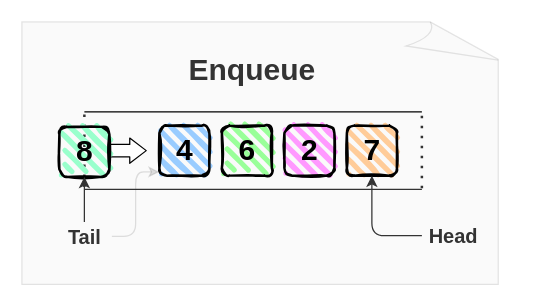
Before: page "Enqueue" (4 of 5) of content/posts/123-javascript-queue/diagrams/queue.drawio in panzerdp/dmitripavlutin.com, a draw.io diagram. Source tidied: cells renumbered, new cells numbered last; positions are measured from the earlier drawing's top-left corner, leaving out a move shared by most shapes. Both pictures are drawn from the tidied source at 125%, with x=0, y=0 at pixel (21, 21).
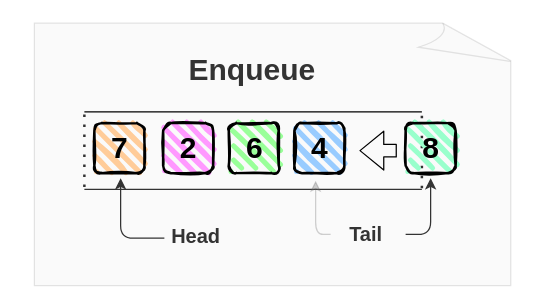
The same diagram, later.

The change refers to these unchanged cells:
```xml
<mxCell id="22" style="rounded=1;whiteSpace=wrap;html=1;strokeWidth=2;fillWeight=4;hachureGap=8;hachureAngle=45;sketch=1;fontSize=30;fontColor=#333333;fillColor=#99FFCC;" parent="21" vertex="1">
  <mxGeometry width="40" height="40" as="geometry" />
</mxCell>
```

Diff of the diagram source:
```diff
@@
     <mxCell id="2" style="whiteSpace=wrap;html=1;shape=mxgraph.basic.document;rounded=1;fontSize=16;fontColor=#000099;opacity=10;sketch=0;fillColor=#CCCCCC;" parent="1" vertex="1">
-      <mxGeometry width="385" height="210" as="geometry" />
+      <mxGeometry x="10" y="1" width="385" height="210" as="geometry" />
     </mxCell>
@@
-    <mxCell id="7" style="group;" parent="1" vertex="1">
-      <mxGeometry x="110" y="83" width="40" height="40" as="geometry" />
-    </mxCell>
-    <mxCell id="8" style="rounded=1;whiteSpace=wrap;html=1;strokeWidth=2;fillWeight=4;hachureGap=8;hachureAngle=45;sketch=1;fontSize=30;fontColor=#333333;fillColor=#99CCFF;" parent="7" vertex="1">
-      <mxGeometry width="40" height="40" as="geometry" />
-    </mxCell>
-    <mxCell id="9" value="4" style="text;strokeColor=none;fillColor=none;html=1;fontSize=24;fontStyle=1;verticalAlign=middle;align=center;rounded=1;" parent="7" vertex="1">
-      <mxGeometry x="5" y="5" width="30" height="30" as="geometry" />
-    </mxCell>
-    <mxCell id="10" style="group;" parent="1" vertex="1">
-      <mxGeometry x="160" y="83" width="40" height="46" as="geometry" />
-    </mxCell>
-    <mxCell id="11" style="rounded=1;whiteSpace=wrap;html=1;strokeWidth=2;fillWeight=4;hachureGap=8;hachureAngle=45;sketch=1;fontSize=30;fontColor=#333333;fillColor=#99FF99;" parent="10" vertex="1">
-      <mxGeometry width="40" height="40" as="geometry" />
-    </mxCell>
-    <mxCell id="12" value="6" style="text;strokeColor=none;fillColor=none;html=1;fontSize=24;fontStyle=1;verticalAlign=middle;align=center;rounded=1;" parent="10" vertex="1">
-      <mxGeometry x="5" y="5" width="30" height="30" as="geometry" />
-    </mxCell>
-    <mxCell id="13" style="group;" parent="1" vertex="1">
-      <mxGeometry x="210" y="83" width="40" height="40" as="geometry" />
-    </mxCell>
-    <mxCell id="14" style="rounded=1;whiteSpace=wrap;html=1;strokeWidth=2;fillWeight=4;hachureGap=8;hachureAngle=45;sketch=1;fontSize=30;fontColor=#333333;fillColor=#FF99FF;" parent="13" vertex="1">
-      <mxGeometry width="40" height="40" as="geometry" />
-    </mxCell>
-    <mxCell id="15" value="2" style="text;strokeColor=none;fillColor=none;html=1;fontSize=24;fontStyle=1;verticalAlign=middle;align=center;rounded=1;" parent="13" vertex="1">
-      <mxGeometry x="5" y="5" width="30" height="30" as="geometry" />
-    </mxCell>
-    <mxCell id="16" style="group;" parent="1" vertex="1">
-      <mxGeometry x="260" y="83" width="40" height="40" as="geometry" />
-    </mxCell>
-    <mxCell id="17" style="rounded=1;whiteSpace=wrap;html=1;strokeWidth=2;fillWeight=4;hachureGap=8;hachureAngle=45;sketch=1;fontSize=30;fontColor=#333333;fillColor=#FFCC99;" parent="16" vertex="1">
-      <mxGeometry width="40" height="40" as="geometry" />
-    </mxCell>
-    <mxCell id="18" value="7" style="text;strokeColor=none;fillColor=none;html=1;fontSize=24;fontStyle=1;verticalAlign=middle;align=center;rounded=1;" parent="16" vertex="1">
-      <mxGeometry x="5" y="5" width="30" height="30" as="geometry" />
-    </mxCell>
-    <mxCell id="19" style="shape=flexArrow;endArrow=classic;html=1;endWidth=9.2;endSize=4.068;fillColor=#ffffff;" parent="1" edge="1">
-      <mxGeometry relative="1" as="geometry">
-        <mxPoint x="70" y="103" as="sourcePoint" />
-        <mxPoint x="100" y="103" as="targetPoint" />
-      </mxGeometry>
-    </mxCell>
@@
     <mxCell id="21" style="group;" parent="1" vertex="1">
-      <mxGeometry x="30" y="84" width="40" height="40" as="geometry" />
+      <mxGeometry x="307" y="81" width="40" height="40" as="geometry" />
     </mxCell>
@@
+    <mxCell id="29" style="group;" parent="1" vertex="1">
+      <mxGeometry x="218" y="81" width="40" height="40" as="geometry" />
+    </mxCell>
+    <mxCell id="8" style="rounded=1;whiteSpace=wrap;html=1;strokeWidth=2;fillWeight=4;hachureGap=8;hachureAngle=45;sketch=1;fontSize=30;fontColor=#333333;fillColor=#99CCFF;" parent="29" vertex="1">
+      <mxGeometry width="40" height="40" as="geometry" />
+    </mxCell>
+    <mxCell id="9" value="4" style="text;strokeColor=none;fillColor=none;html=1;fontSize=24;fontStyle=1;verticalAlign=middle;align=center;rounded=1;" parent="29" vertex="1">
+      <mxGeometry x="5" y="5" width="30" height="30" as="geometry" />
+    </mxCell>
+    <mxCell id="30" style="group;" parent="1" vertex="1">
+      <mxGeometry x="165.5" y="81" width="35" height="50" as="geometry" />
+    </mxCell>
+    <mxCell id="11" style="rounded=1;whiteSpace=wrap;html=1;strokeWidth=2;fillWeight=4;hachureGap=8;hachureAngle=45;sketch=1;fontSize=30;fontColor=#333333;fillColor=#99FF99;" parent="30" vertex="1">
+      <mxGeometry width="40" height="40" as="geometry" />
+    </mxCell>
+    <mxCell id="12" value="6" style="text;strokeColor=none;fillColor=none;html=1;fontSize=24;fontStyle=1;verticalAlign=middle;align=center;rounded=1;" parent="30" vertex="1">
+      <mxGeometry x="5" y="5" width="30" height="30" as="geometry" />
+    </mxCell>
+    <mxCell id="31" style="group;" parent="1" vertex="1">
+      <mxGeometry x="113" y="81" width="40" height="40" as="geometry" />
+    </mxCell>
+    <mxCell id="14" style="rounded=1;whiteSpace=wrap;html=1;strokeWidth=2;fillWeight=4;hachureGap=8;hachureAngle=45;sketch=1;fontSize=30;fontColor=#333333;fillColor=#FF99FF;" parent="31" vertex="1">
+      <mxGeometry width="40" height="40" as="geometry" />
+    </mxCell>
+    <mxCell id="15" value="2" style="text;strokeColor=none;fillColor=none;html=1;fontSize=24;fontStyle=1;verticalAlign=middle;align=center;rounded=1;" parent="31" vertex="1">
+      <mxGeometry x="5" y="5" width="30" height="30" as="geometry" />
+    </mxCell>
+    <mxCell id="32" style="group;" parent="1" vertex="1">
+      <mxGeometry x="58" y="81" width="40" height="40" as="geometry" />
+    </mxCell>
+    <mxCell id="17" style="rounded=1;whiteSpace=wrap;html=1;strokeWidth=2;fillWeight=4;hachureGap=8;hachureAngle=45;sketch=1;fontSize=30;fontColor=#333333;fillColor=#FFCC99;" parent="32" vertex="1">
+      <mxGeometry width="40" height="40" as="geometry" />
+    </mxCell>
+    <mxCell id="18" value="7" style="text;strokeColor=none;fillColor=none;html=1;fontSize=24;fontStyle=1;verticalAlign=middle;align=center;rounded=1;" parent="32" vertex="1">
+      <mxGeometry x="5" y="5" width="30" height="30" as="geometry" />
+    </mxCell>
     <mxCell id="24" value="Tail" style="text;strokeColor=none;fillColor=none;html=1;fontSize=16;fontStyle=1;verticalAlign=middle;align=center;rounded=1;fontColor=#333333;" parent="1" vertex="1">
-      <mxGeometry x="27" y="157" width="45" height="29" as="geometry" />
+      <mxGeometry x="243" y="154" width="64" height="32" as="geometry" />
     </mxCell>
-    <mxCell id="25" style="edgeStyle=elbowEdgeStyle;elbow=horizontal;endArrow=classic;html=1;strokeColor=#333333;fontSize=20;fontColor=#000099;opacity=15;" parent="1" edge="1" source="24">
-      <mxGeometry relative="1" as="geometry">
-        <mxPoint x="110" y="120" as="targetPoint" />
-      </mxGeometry>
-    </mxCell>
-    <mxCell id="26" style="edgeStyle=elbowEdgeStyle;elbow=horizontal;endArrow=classic;html=1;strokeColor=#333333;fontSize=20;fontColor=#000099;" parent="1" edge="1" target="22">
-      <mxGeometry relative="1" as="geometry">
-        <mxPoint x="50" y="160" as="sourcePoint" />
-        <Array as="points">
-          <mxPoint x="50" y="150" />
-        </Array>
-      </mxGeometry>
-    </mxCell>
-    <mxCell id="27" style="edgeStyle=segmentEdgeStyle;endArrow=classic;html=1;strokeColor=#333333;fontSize=16;fontColor=#000099;" parent="1" edge="1">
-      <mxGeometry relative="1" as="geometry">
-        <mxPoint x="320" y="171" as="sourcePoint" />
-        <mxPoint x="280" y="123" as="targetPoint" />
-      </mxGeometry>
-    </mxCell>
+    <mxCell id="33" style="edgeStyle=segmentEdgeStyle;endArrow=classic;html=1;strokeColor=#333333;fontSize=16;fontColor=#000099;" parent="1" edge="1">
+      <mxGeometry relative="1" as="geometry">
+        <mxPoint x="114" y="173" as="sourcePoint" />
+        <mxPoint x="79" y="125" as="targetPoint" />
+      </mxGeometry>
+    </mxCell>
     <mxCell id="28" value="Head" style="text;strokeColor=none;fillColor=none;html=1;fontSize=16;fontStyle=1;verticalAlign=middle;align=center;rounded=1;fontColor=#333333;" parent="1" vertex="1">
-      <mxGeometry x="305" y="156" width="80" height="30" as="geometry" />
+      <mxGeometry x="99" y="156" width="80" height="30" as="geometry" />
     </mxCell>
+    <mxCell id="34" style="edgeStyle=segmentEdgeStyle;endArrow=classic;html=1;strokeColor=#333333;fontSize=16;fontColor=#000099;" parent="1" edge="1">
+      <mxGeometry relative="1" as="geometry">
+        <mxPoint x="307" y="170" as="sourcePoint" />
+        <mxPoint x="327" y="125" as="targetPoint" />
+      </mxGeometry>
+    </mxCell>
+    <mxCell id="35" style="edgeStyle=segmentEdgeStyle;endArrow=classic;html=1;strokeColor=#666666;fontSize=16;fontColor=#000099;fillColor=#f5f5f5;opacity=30;" parent="1" edge="1">
+      <mxGeometry relative="1" as="geometry">
+        <mxPoint x="247" y="170" as="sourcePoint" />
+        <mxPoint x="235" y="127" as="targetPoint" />
+      </mxGeometry>
+    </mxCell>
+    <mxCell id="36" style="shape=flexArrow;endArrow=classic;html=1;" parent="1" edge="1">
+      <mxGeometry relative="1" as="geometry">
+        <mxPoint x="300" y="103" as="sourcePoint" />
+        <mxPoint x="270" y="103" as="targetPoint" />
+      </mxGeometry>
+    </mxCell>
```
